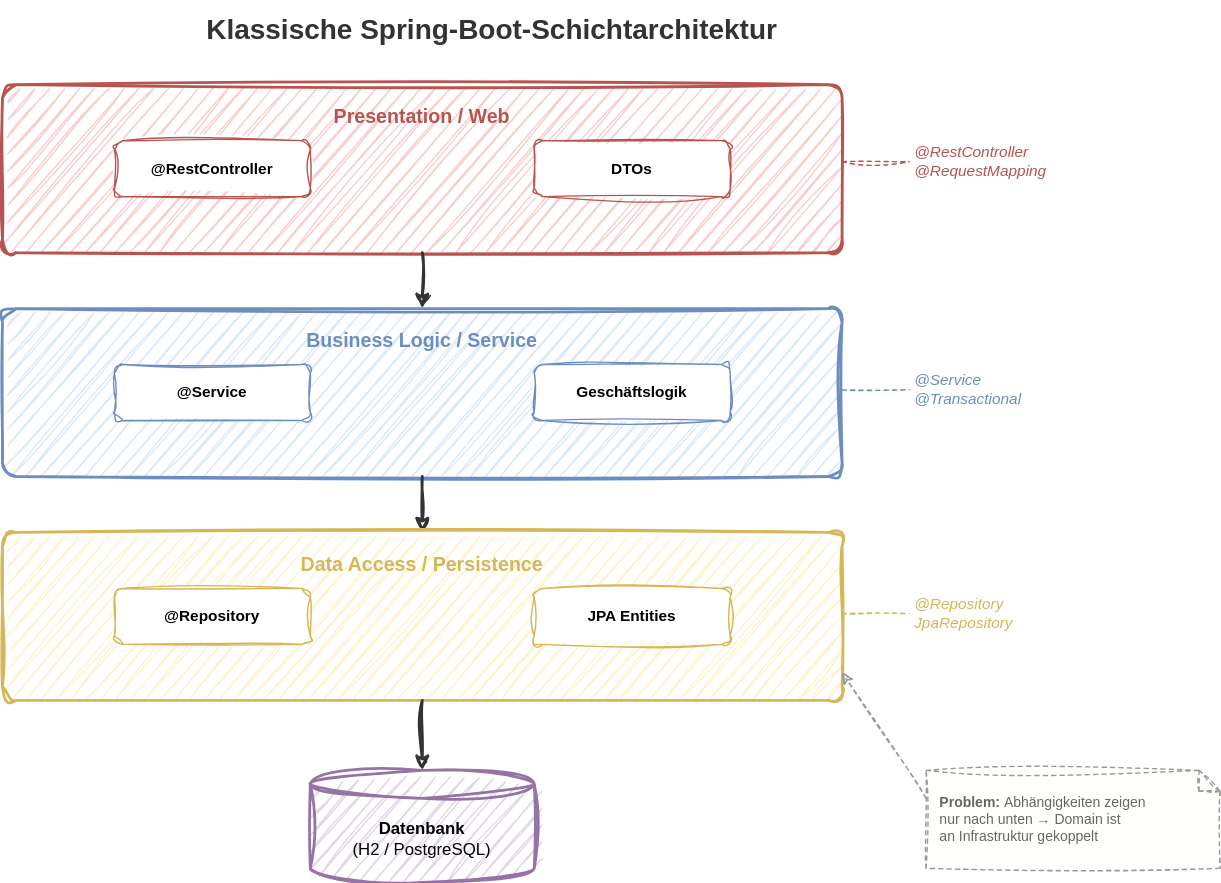
This is slides/02-spring-boot-basics/images/spring-boot-classic-layers.drawio.svg from it-erben/training-domain-driven-design, a draw.io export, as it was before one commit. Source tidied: cells renumbered, new cells last; positions are measured from the earlier drawing's top-left corner, leaving out a move shared by most shapes.
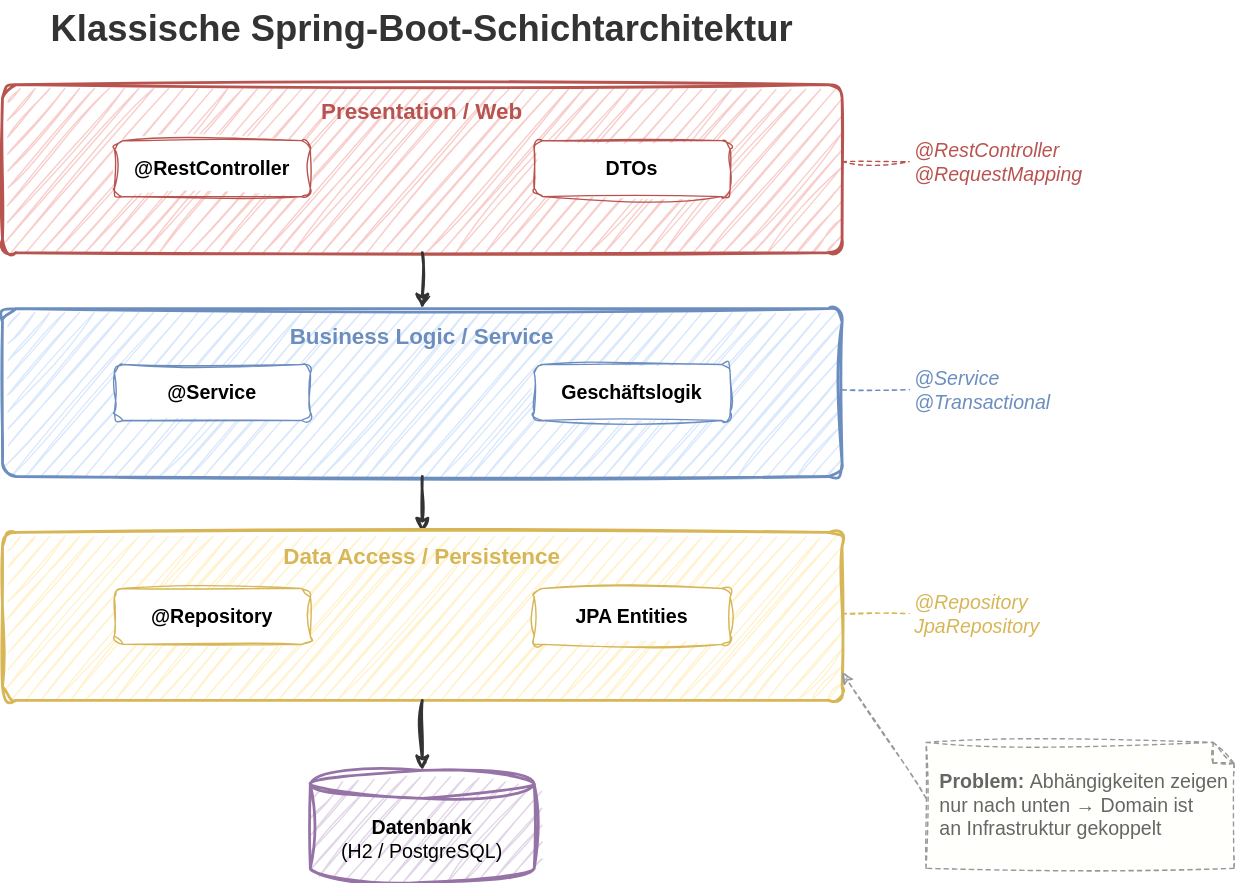
After the commit.

Diff of the diagram source:
```diff
@@ -2,19 +2,19 @@
   <root>
     <mxCell id="0" />
     <mxCell id="1" parent="0" />
-    <mxCell id="2" value="Klassische Spring-Boot-Schichtarchitektur" style="text;html=1;fontSize=20;fontStyle=1;align=center;verticalAlign=middle;whiteSpace=wrap;fontColor=#333333;sketch=1;curveFitting=1;jiggle=2;" parent="1" vertex="1">
-      <mxGeometry x="50" width="600" height="40" as="geometry" />
+    <mxCell id="2" value="Klassische Spring-Boot-Schichtarchitektur" style="text;html=1;fontSize=26;fontStyle=1;align=center;verticalAlign=middle;whiteSpace=wrap;fontColor=#333333;sketch=1;curveFitting=1;jiggle=2;" parent="1" vertex="1">
+      <mxGeometry width="600" height="40" as="geometry" />
     </mxCell>
     <mxCell id="3" style="rounded=1;whiteSpace=wrap;html=1;fillColor=#f8cecc;strokeColor=#b85450;strokeWidth=2;arcSize=8;sketch=1;curveFitting=1;jiggle=2;" parent="1" vertex="1">
       <mxGeometry y="60" width="600" height="120" as="geometry" />
     </mxCell>
-    <mxCell id="4" value="&lt;b&gt;Presentation / Web&lt;/b&gt;" style="text;html=1;fontSize=14;align=center;verticalAlign=top;whiteSpace=wrap;fontColor=#b85450;sketch=1;curveFitting=1;jiggle=2;" parent="1" vertex="1">
-      <mxGeometry x="180" y="68" width="240" height="25" as="geometry" />
+    <mxCell id="4" value="&lt;b&gt;Presentation / Web&lt;/b&gt;" style="text;html=1;fontSize=16;align=center;verticalAlign=top;whiteSpace=wrap;fontColor=#b85450;sketch=1;curveFitting=1;jiggle=2;" parent="1" vertex="1">
+      <mxGeometry x="180" y="63" width="240" height="25" as="geometry" />
     </mxCell>
-    <mxCell id="5" value="@RestController" style="rounded=1;whiteSpace=wrap;html=1;fillColor=#FFFFFF;strokeColor=#b85450;strokeWidth=1;fontSize=11;fontStyle=1;sketch=1;curveFitting=1;jiggle=2;" parent="1" vertex="1">
+    <mxCell id="5" value="@RestController" style="rounded=1;whiteSpace=wrap;html=1;fillColor=#FFFFFF;strokeColor=#b85450;strokeWidth=1;fontSize=14;fontStyle=1;sketch=1;curveFitting=1;jiggle=2;" parent="1" vertex="1">
       <mxGeometry x="80" y="100" width="140" height="40" as="geometry" />
     </mxCell>
-    <mxCell id="6" value="DTOs" style="rounded=1;whiteSpace=wrap;html=1;fillColor=#FFFFFF;strokeColor=#b85450;strokeWidth=1;fontSize=11;fontStyle=1;sketch=1;curveFitting=1;jiggle=2;" parent="1" vertex="1">
+    <mxCell id="6" value="DTOs" style="rounded=1;whiteSpace=wrap;html=1;fillColor=#FFFFFF;strokeColor=#b85450;strokeWidth=1;fontSize=14;fontStyle=1;sketch=1;curveFitting=1;jiggle=2;" parent="1" vertex="1">
       <mxGeometry x="380" y="100" width="140" height="40" as="geometry" />
     </mxCell>
     <mxCell id="7" style="endArrow=classic;html=1;strokeWidth=2;strokeColor=#333333;sketch=1;curveFitting=1;jiggle=2;" parent="1" edge="1">
@@ -26,13 +26,13 @@
     <mxCell id="8" style="rounded=1;whiteSpace=wrap;html=1;fillColor=#dae8fc;strokeColor=#6c8ebf;strokeWidth=2;arcSize=8;sketch=1;curveFitting=1;jiggle=2;" parent="1" vertex="1">
       <mxGeometry y="220" width="600" height="120" as="geometry" />
     </mxCell>
-    <mxCell id="9" value="&lt;b&gt;Business Logic / Service&lt;/b&gt;" style="text;html=1;fontSize=14;align=center;verticalAlign=top;whiteSpace=wrap;fontColor=#6c8ebf;sketch=1;curveFitting=1;jiggle=2;" parent="1" vertex="1">
-      <mxGeometry x="180" y="228" width="240" height="25" as="geometry" />
+    <mxCell id="9" value="&lt;b&gt;Business Logic / Service&lt;/b&gt;" style="text;html=1;fontSize=16;align=center;verticalAlign=top;whiteSpace=wrap;fontColor=#6c8ebf;sketch=1;curveFitting=1;jiggle=2;" parent="1" vertex="1">
+      <mxGeometry x="180" y="224" width="240" height="25" as="geometry" />
     </mxCell>
-    <mxCell id="10" value="@Service" style="rounded=1;whiteSpace=wrap;html=1;fillColor=#FFFFFF;strokeColor=#6c8ebf;strokeWidth=1;fontSize=11;fontStyle=1;sketch=1;curveFitting=1;jiggle=2;" parent="1" vertex="1">
+    <mxCell id="10" value="@Service" style="rounded=1;whiteSpace=wrap;html=1;fillColor=#FFFFFF;strokeColor=#6c8ebf;strokeWidth=1;fontSize=14;fontStyle=1;sketch=1;curveFitting=1;jiggle=2;" parent="1" vertex="1">
       <mxGeometry x="80" y="260" width="140" height="40" as="geometry" />
     </mxCell>
-    <mxCell id="11" value="Geschäftslogik" style="rounded=1;whiteSpace=wrap;html=1;fillColor=#FFFFFF;strokeColor=#6c8ebf;strokeWidth=1;fontSize=11;fontStyle=1;sketch=1;curveFitting=1;jiggle=2;" parent="1" vertex="1">
+    <mxCell id="11" value="Geschäftslogik" style="rounded=1;whiteSpace=wrap;html=1;fillColor=#FFFFFF;strokeColor=#6c8ebf;strokeWidth=1;fontSize=14;fontStyle=1;sketch=1;curveFitting=1;jiggle=2;" parent="1" vertex="1">
       <mxGeometry x="380" y="260" width="140" height="40" as="geometry" />
     </mxCell>
     <mxCell id="12" style="endArrow=classic;html=1;strokeWidth=2;strokeColor=#333333;sketch=1;curveFitting=1;jiggle=2;" parent="1" edge="1">
@@ -44,13 +44,13 @@
     <mxCell id="13" style="rounded=1;whiteSpace=wrap;html=1;fillColor=#fff2cc;strokeColor=#d6b656;strokeWidth=2;arcSize=8;sketch=1;curveFitting=1;jiggle=2;" parent="1" vertex="1">
       <mxGeometry y="380" width="600" height="120" as="geometry" />
     </mxCell>
-    <mxCell id="14" value="&lt;b&gt;Data Access / Persistence&lt;/b&gt;" style="text;html=1;fontSize=14;align=center;verticalAlign=top;whiteSpace=wrap;fontColor=#d6b656;sketch=1;curveFitting=1;jiggle=2;" parent="1" vertex="1">
-      <mxGeometry x="180" y="388" width="240" height="25" as="geometry" />
+    <mxCell id="14" value="&lt;b&gt;Data Access / Persistence&lt;/b&gt;" style="text;html=1;fontSize=16;align=center;verticalAlign=top;whiteSpace=wrap;fontColor=#d6b656;sketch=1;curveFitting=1;jiggle=2;" parent="1" vertex="1">
+      <mxGeometry x="180" y="381" width="240" height="25" as="geometry" />
     </mxCell>
-    <mxCell id="15" value="@Repository" style="rounded=1;whiteSpace=wrap;html=1;fillColor=#FFFFFF;strokeColor=#d6b656;strokeWidth=1;fontSize=11;fontStyle=1;sketch=1;curveFitting=1;jiggle=2;" parent="1" vertex="1">
+    <mxCell id="15" value="@Repository" style="rounded=1;whiteSpace=wrap;html=1;fillColor=#FFFFFF;strokeColor=#d6b656;strokeWidth=1;fontSize=14;fontStyle=1;sketch=1;curveFitting=1;jiggle=2;" parent="1" vertex="1">
       <mxGeometry x="80" y="420" width="140" height="40" as="geometry" />
     </mxCell>
-    <mxCell id="16" value="JPA Entities" style="rounded=1;whiteSpace=wrap;html=1;fillColor=#FFFFFF;strokeColor=#d6b656;strokeWidth=1;fontSize=11;fontStyle=1;sketch=1;curveFitting=1;jiggle=2;" parent="1" vertex="1">
+    <mxCell id="16" value="JPA Entities" style="rounded=1;whiteSpace=wrap;html=1;fillColor=#FFFFFF;strokeColor=#d6b656;strokeWidth=1;fontSize=14;fontStyle=1;sketch=1;curveFitting=1;jiggle=2;" parent="1" vertex="1">
       <mxGeometry x="380" y="420" width="140" height="40" as="geometry" />
     </mxCell>
     <mxCell id="17" style="endArrow=classic;html=1;strokeWidth=2;strokeColor=#333333;sketch=1;curveFitting=1;jiggle=2;" parent="1" edge="1">
@@ -59,10 +59,10 @@
         <mxPoint x="300" y="550" as="targetPoint" />
       </mxGeometry>
     </mxCell>
-    <mxCell id="18" value="&lt;b&gt;Datenbank&lt;/b&gt;&lt;br&gt;(H2 / PostgreSQL)" style="shape=cylinder3;whiteSpace=wrap;html=1;boundedLbl=1;backgroundOutline=1;size=10;fillColor=#e1d5e7;strokeColor=#9673a6;strokeWidth=2;fontSize=12;sketch=1;curveFitting=1;jiggle=2;" parent="1" vertex="1">
+    <mxCell id="18" value="&lt;b&gt;Datenbank&lt;/b&gt;&lt;br&gt;(H2 / PostgreSQL)" style="shape=cylinder3;whiteSpace=wrap;html=1;boundedLbl=1;backgroundOutline=1;size=10;fillColor=#e1d5e7;strokeColor=#9673a6;strokeWidth=2;fontSize=14;sketch=1;curveFitting=1;jiggle=2;" parent="1" vertex="1">
       <mxGeometry x="220" y="550" width="160" height="80" as="geometry" />
     </mxCell>
-    <mxCell id="19" value="@RestController&lt;br&gt;@RequestMapping" style="text;html=1;fontSize=11;align=left;verticalAlign=middle;whiteSpace=wrap;fontColor=#b85450;fontStyle=2;sketch=1;curveFitting=1;jiggle=2;" parent="1" vertex="1">
+    <mxCell id="19" value="@RestController&lt;br&gt;@RequestMapping" style="text;html=1;fontSize=14;align=left;verticalAlign=middle;whiteSpace=wrap;fontColor=#b85450;fontStyle=2;sketch=1;curveFitting=1;jiggle=2;" parent="1" vertex="1">
       <mxGeometry x="650" y="95" width="160" height="40" as="geometry" />
     </mxCell>
     <mxCell id="20" style="endArrow=none;html=1;strokeWidth=1;strokeColor=#b85450;dashed=1;sketch=1;curveFitting=1;jiggle=2;" parent="1" edge="1">
@@ -71,7 +71,7 @@
         <mxPoint x="648" y="115" as="targetPoint" />
       </mxGeometry>
     </mxCell>
-    <mxCell id="21" value="@Service&lt;br&gt;@Transactional" style="text;html=1;fontSize=11;align=left;verticalAlign=middle;whiteSpace=wrap;fontColor=#6c8ebf;fontStyle=2;sketch=1;curveFitting=1;jiggle=2;" parent="1" vertex="1">
+    <mxCell id="21" value="@Service&lt;br&gt;@Transactional" style="text;html=1;fontSize=14;align=left;verticalAlign=middle;whiteSpace=wrap;fontColor=#6c8ebf;fontStyle=2;sketch=1;curveFitting=1;jiggle=2;" parent="1" vertex="1">
       <mxGeometry x="650" y="258" width="160" height="40" as="geometry" />
     </mxCell>
     <mxCell id="22" style="endArrow=none;html=1;strokeWidth=1;strokeColor=#6c8ebf;dashed=1;sketch=1;curveFitting=1;jiggle=2;" parent="1" edge="1">
@@ -80,7 +80,7 @@
         <mxPoint x="648" y="278" as="targetPoint" />
       </mxGeometry>
     </mxCell>
-    <mxCell id="23" value="@Repository&lt;br&gt;JpaRepository" style="text;html=1;fontSize=11;align=left;verticalAlign=middle;whiteSpace=wrap;fontColor=#d6b656;fontStyle=2;sketch=1;curveFitting=1;jiggle=2;" parent="1" vertex="1">
+    <mxCell id="23" value="@Repository&lt;br&gt;JpaRepository" style="text;html=1;fontSize=14;align=left;verticalAlign=middle;whiteSpace=wrap;fontColor=#d6b656;fontStyle=2;sketch=1;curveFitting=1;jiggle=2;" parent="1" vertex="1">
       <mxGeometry x="650" y="418" width="160" height="40" as="geometry" />
     </mxCell>
     <mxCell id="24" style="endArrow=none;html=1;strokeWidth=1;strokeColor=#d6b656;dashed=1;sketch=1;curveFitting=1;jiggle=2;" parent="1" edge="1">
@@ -89,8 +89,8 @@
         <mxPoint x="648" y="438" as="targetPoint" />
       </mxGeometry>
     </mxCell>
-    <mxCell id="25" value="&lt;b&gt;Problem:&lt;/b&gt; Abhängigkeiten zeigen&lt;br&gt;nur nach unten → Domain ist&lt;br&gt;an Infrastruktur gekoppelt" style="shape=note;whiteSpace=wrap;html=1;backgroundOutline=1;size=15;fillColor=#FFFFEE;strokeColor=#999999;strokeWidth=1;dashed=1;fontSize=10;align=left;spacingLeft=8;fontColor=#666666;sketch=1;curveFitting=1;jiggle=2;" parent="1" vertex="1">
-      <mxGeometry x="660" y="550" width="210" height="70" as="geometry" />
+    <mxCell id="25" value="&lt;b&gt;Problem:&lt;/b&gt; Abhängigkeiten zeigen&lt;br&gt;nur nach unten → Domain ist&lt;br&gt;an Infrastruktur gekoppelt" style="shape=note;whiteSpace=wrap;html=1;backgroundOutline=1;size=15;fillColor=#FFFFEE;strokeColor=#999999;strokeWidth=1;dashed=1;fontSize=14;align=left;spacingLeft=8;fontColor=#666666;sketch=1;curveFitting=1;jiggle=2;" parent="1" vertex="1">
+      <mxGeometry x="660" y="530" width="220" height="90" as="geometry" />
     </mxCell>
     <mxCell id="26" style="endArrow=classic;html=1;strokeWidth=1;strokeColor=#999999;dashed=1;sketch=1;curveFitting=1;jiggle=2;" parent="1" edge="1">
       <mxGeometry relative="1" as="geometry">
```
